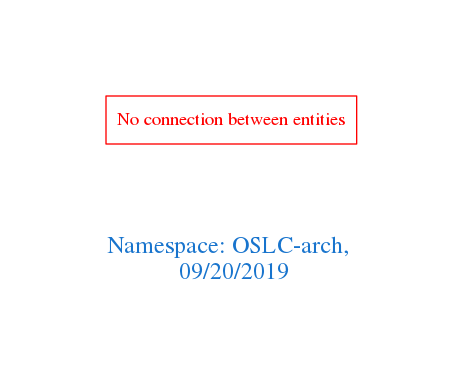
Above: downloads/OSLC-arch.png in arago/OGIT (Graphviz), before the change. Its source is kept beside it as downloads/OSLC-arch.dot.
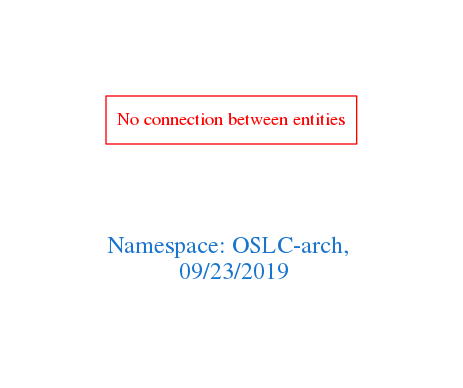
The same diagram one commit later.

The edit, as a diff of the source:
```diff
@@ -1,7 +1,7 @@
 digraph OGIT_ontology {
  graph [ rankdir= LR,pad=1
 fontsize = 18,
-fontcolor= dodgerblue3,label = "\n\n\nNamespace: OSLC-arch, \n 09/20/2019"];
+fontcolor= dodgerblue3,label = "\n\n\nNamespace: OSLC-arch, \n 09/23/2019"];
 node[shape=polygon];
 edge [  color="gray81"];
 
```
